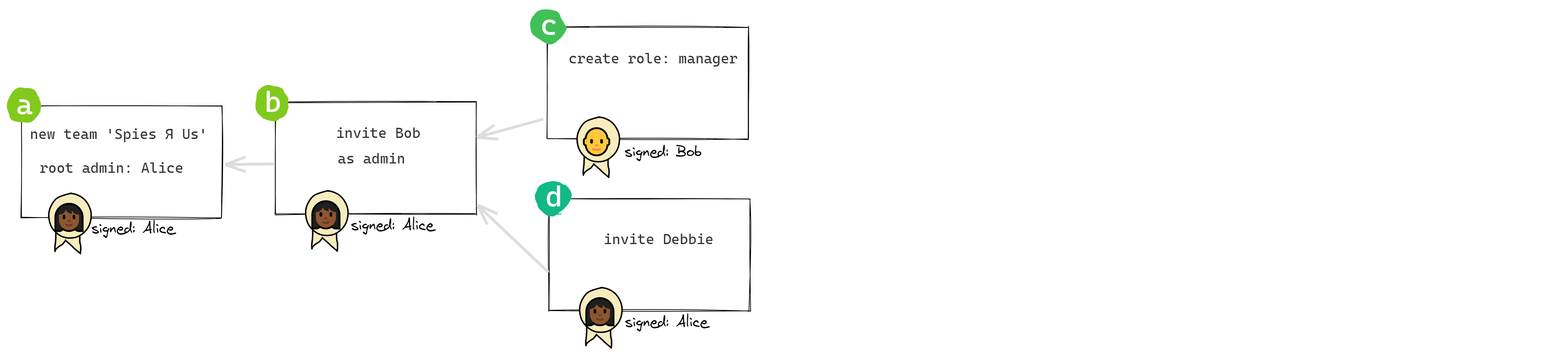
The Excalidraw diagram public/images/posts/trust/sigchain.3.png in HerbCaudill/herbcaudill.com, before a commit. Source tidied: one line per element, renumbered; positions are measured from the earlier drawing's top-left corner, leaving out a move shared by most shapes.
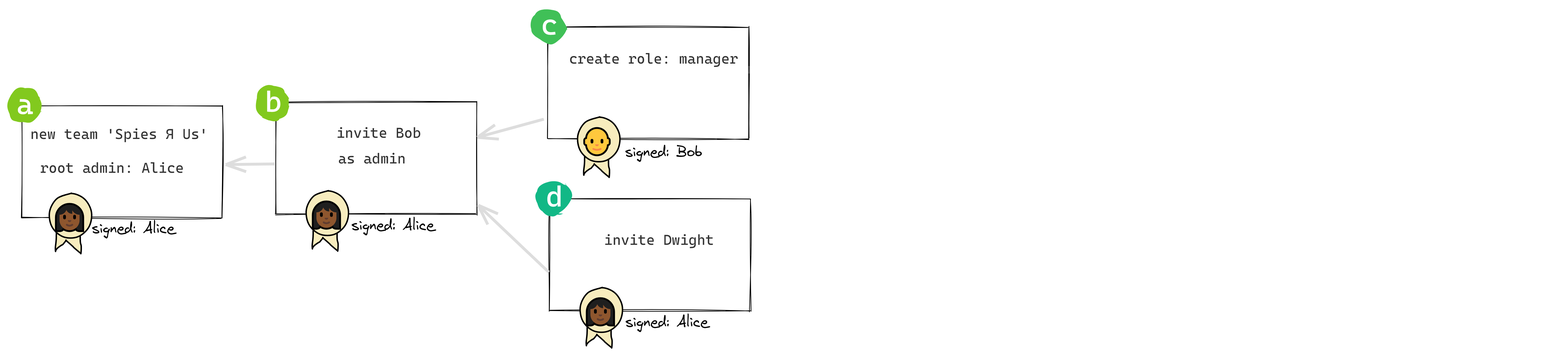
Later version of the same file.

Diff of the diagram source:
```diff
@@ -26,7 +26,7 @@
 {"id": 25, "type": "draw", "strokeColor": "#000000", "backgroundColor": "#f7ecbe", "fillStyle": "solid", "strokeWidth": 2, "roughness": 0, "x": 811, "y": 433, "width": 36, "height": 40, "points": [[-6, 0], [-6, 20], [-7, 31], [-7, 36], [-7, 37], [-7, 36], [-6, 35], [-5, 33], [-3, 32], [2, 29], [3, 28], [8, 23], [8, 23], [17, 31], [19, 32], [26, 39], [28, 40], [28, 40], [29, 30], [28, 26], [27, 23], [27, 14], [28, 2], [28, 0], [5, 0], [-6, 0]]}
 {"id": 26, "type": "ellipse", "strokeColor": "#000000", "backgroundColor": "#f7ecbe", "fillStyle": "solid", "strokeWidth": 2, "roughness": 0, "x": 795, "y": 390, "width": 59, "height": 62}
 {"id": 27, "type": "text", "text": "👩🏾", "strokeColor": "#bbbbbb", "backgroundColor": "#868e96", "fillStyle": "cross-hatch", "strokeWidth": 1, "roughness": 1, "fontSize": 36, "fontFamily": 3, "x": 799, "y": 397, "width": 49, "height": 48}
-{"id": 28, "type": "text", "text": "invite Debbie", "strokeColor": "#000000", "backgroundColor": "#ffffff", "fillStyle": "solid", "strokeWidth": 1, "roughness": 1, "opacity": 80, "fontSize": 20, "fontFamily": 3, "x": 829, "y": 310, "width": 152, "height": 24}
+{"id": 28, "type": "text", "text": "invite Dwight", "strokeColor": "#000000", "backgroundColor": "#ffffff", "fillStyle": "solid", "strokeWidth": 1, "roughness": 1, "opacity": 80, "fontSize": 20, "fontFamily": 3, "x": 829, "y": 310, "width": 153, "height": 24}
 {"id": 29, "type": "text", "text": "signed: Alice", "strokeColor": "#000000", "backgroundColor": "#f7ecbe", "fillStyle": "solid", "strokeWidth": 2, "roughness": 0, "fontSize": 20, "fontFamily": 1, "x": 858, "y": 420, "width": 115, "height": 32}
 {"id": 30, "type": "arrow", "strokeColor": "#ddd", "backgroundColor": "#40c057", "fillStyle": "solid", "strokeWidth": 4, "roughness": 0, "endArrowhead": "arrow", "from": 24, "to": 9, "x": 752, "y": 368, "width": 98, "height": 93, "points": [[0, 0], [-98, -93]]}
 {"id": 31, "type": "rectangle", "strokeColor": "transparent", "backgroundColor": "#fff", "fillStyle": "solid", "strokeWidth": 4, "roughness": 1, "x": 1173, "y": 218, "width": 105, "height": 36}
```
